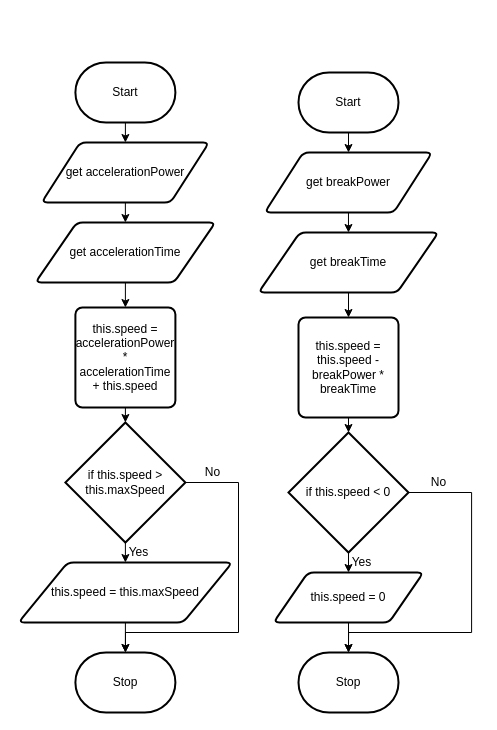
Troy-Appleby/ICS4U-Unit2-Troy-Appleby keeps this draw.io diagram as Unit2-05/flowchart.drawio. Above is the earlier version. Source tidied: cells renumbered, new cells numbered last; positions are measured from the earlier drawing's top-left corner, leaving out a move shared by most shapes. Both pictures are drawn from the tidied source at 100%, with x=0, y=0 at pixel (18, 62).
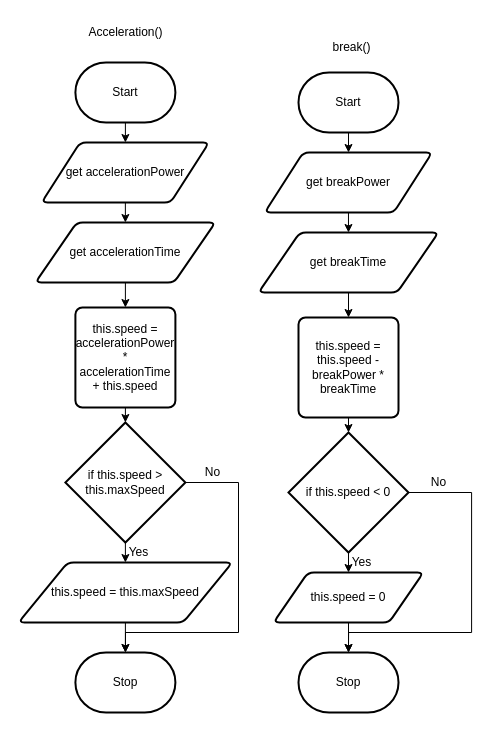
The same diagram, later.

The edit, as a diff of the source:
```diff
@@
+    <mxCell id="34" value="Acceleration()" style="text;html=1;align=center;verticalAlign=middle;strokeColor=none;fillColor=none;" parent="1" vertex="1">
+      <mxGeometry x="56.9" y="-45" width="100" height="30" as="geometry" />
+    </mxCell>
+    <mxCell id="35" value="break()" style="text;html=1;align=center;verticalAlign=middle;strokeColor=none;fillColor=none;" parent="1" vertex="1">
+      <mxGeometry x="303.1" y="-30" width="60" height="30" as="geometry" />
+    </mxCell>
```
